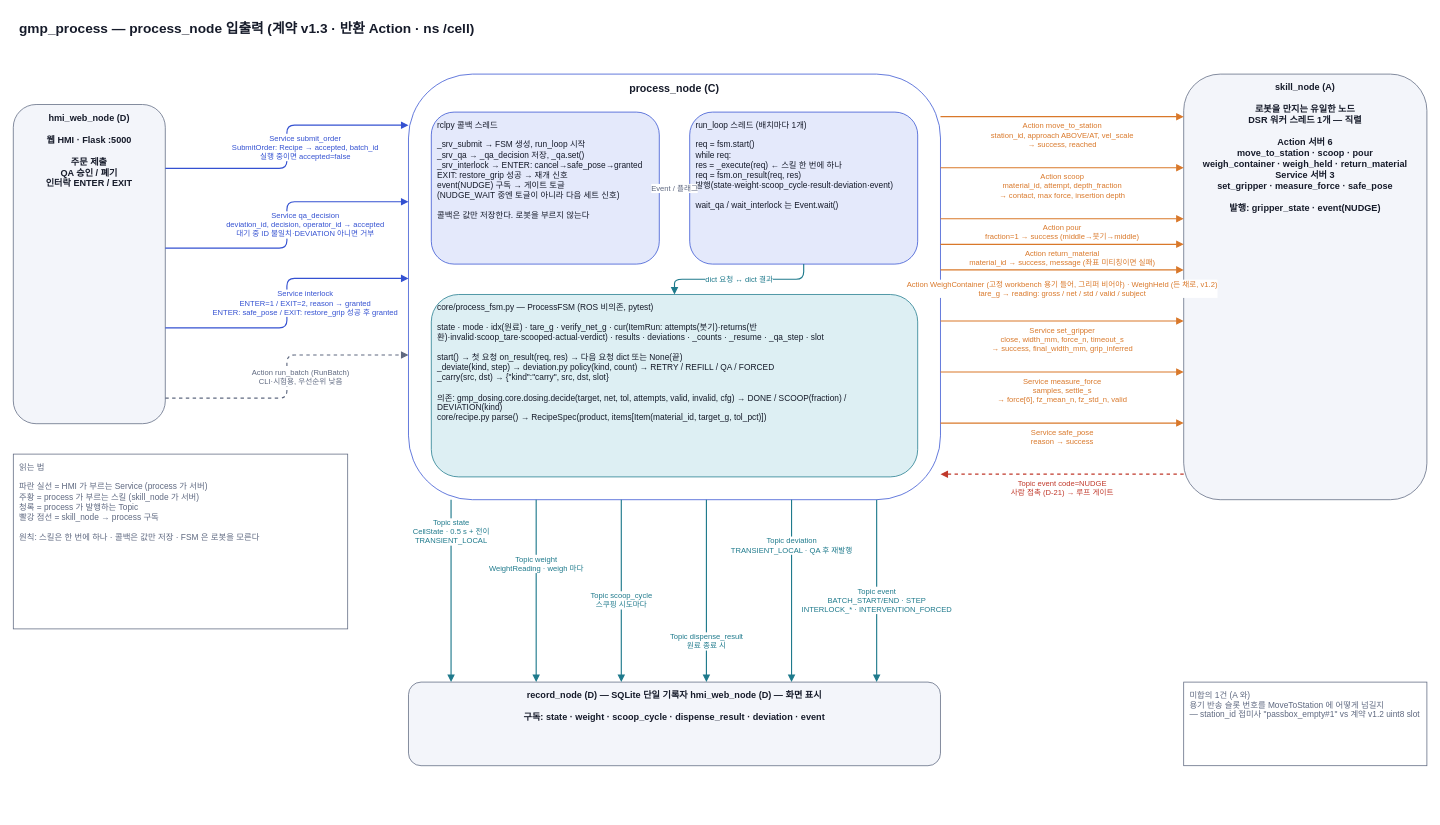
This is page "1 노드 입출력" (1 of 4) of docs/diagrams/process_flow.drawio from Jik-Kim/auto-pharmacist, a draw.io file, before an edit. Source tidied: cells renumbered, new cells numbered last; positions are measured from the earlier drawing's top-left corner, leaving out a move shared by most shapes. Both pictures are drawn from the tidied source at 76%, with x=0, y=0 at pixel (13, 13).
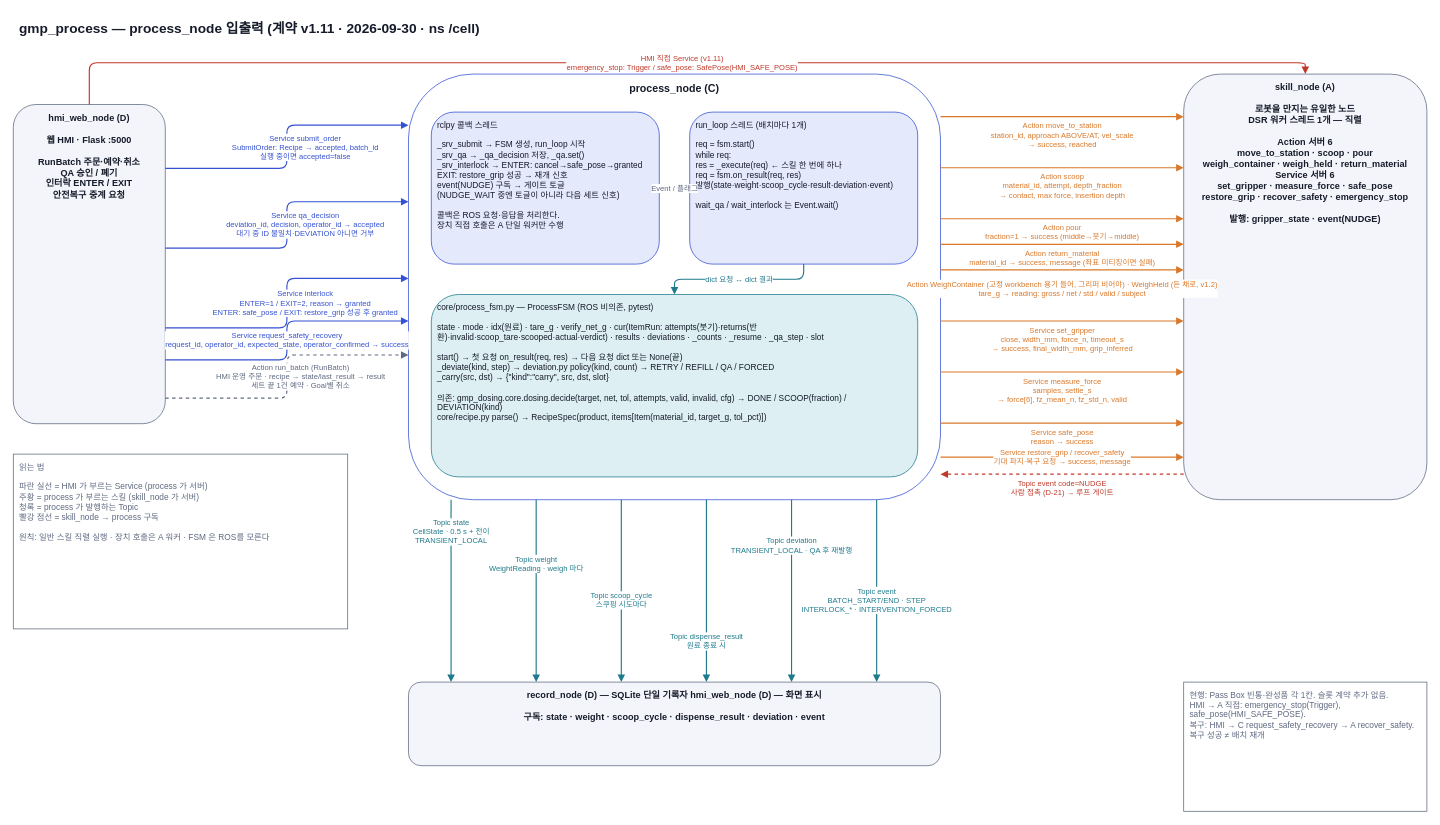
After the change.

Unchanged cells that the change refers to:
```xml
<mxCell id="4" value="process_node (C)" style="rounded=1;whiteSpace=wrap;html=1;fillColor=#FFFFFF;strokeColor=#3451D1;fontColor=#161B2A;fontSize=14;align=center;verticalAlign=top;spacingTop=4;spacingLeft=6;spacingRight=6;fontStyle=1;" parent="1" vertex="1">
  <mxGeometry x="520" y="80" width="700" height="560" as="geometry" />
</mxCell>
```

Change to the diagram source:
```diff
@@
-    <mxCell id="2" value="gmp_process — process_node 입출력 (계약 v1.3 · 반환 Action · ns /cell)" style="rounded=1;whiteSpace=wrap;html=1;fillColor=#FFFFFF;strokeColor=none;fontColor=#161B2A;fontSize=18;align=left;verticalAlign=top;spacingTop=4;spacingLeft=6;spacingRight=6;fontStyle=1;" parent="1" vertex="1">
+    <mxCell id="2" value="gmp_process — process_node 입출력 (계약 v1.11 · 2026-09-30 · ns /cell)" style="rounded=1;whiteSpace=wrap;html=1;fillColor=#FFFFFF;strokeColor=none;fontColor=#161B2A;fontSize=18;align=left;verticalAlign=top;spacingTop=4;spacingLeft=6;spacingRight=6;fontStyle=1;" parent="1" vertex="1">
       <mxGeometry width="1860" height="40" as="geometry" />
     </mxCell>
-    <mxCell id="3" value="hmi_web_node (D)&lt;br&gt;&lt;br&gt;웹 HMI · Flask :5000&lt;br&gt;&lt;br&gt;주문 제출&lt;br&gt;QA 승인 / 폐기&lt;br&gt;인터락 ENTER / EXIT" style="rounded=1;whiteSpace=wrap;html=1;fillColor=#F3F5FA;strokeColor=#5F6980;fontColor=#161B2A;fontSize=12;align=center;verticalAlign=top;spacingTop=4;spacingLeft=6;spacingRight=6;fontStyle=1;" parent="1" vertex="1">
+    <mxCell id="3" value="hmi_web_node (D)&lt;br&gt;&lt;br&gt;웹 HMI · Flask :5000&lt;br&gt;&lt;br&gt;RunBatch 주문·예약·취소&lt;br&gt;QA 승인 / 폐기&lt;br&gt;인터락 ENTER / EXIT&lt;br&gt;안전복구 중계 요청" style="rounded=1;whiteSpace=wrap;html=1;fillColor=#F3F5FA;strokeColor=#5F6980;fontColor=#161B2A;fontSize=12;align=center;verticalAlign=top;spacingTop=4;spacingLeft=6;spacingRight=6;fontStyle=1;" parent="1" vertex="1">
       <mxGeometry y="120" width="200" height="420" as="geometry" />
     </mxCell>
@@
-    <mxCell id="5" value="rclpy 콜백 스레드&lt;br&gt;&lt;br&gt;_srv_submit → FSM 생성, run_loop 시작&lt;br&gt;_srv_qa → _qa_decision 저장, _qa.set()&lt;br&gt;_srv_interlock → ENTER: cancel→safe_pose→granted&lt;br&gt;                        EXIT: restore_grip 성공 → 재개 신호&lt;br&gt;event(NUDGE) 구독 → 게이트 토글&lt;br&gt;   (NUDGE_WAIT 중엔 토글이 아니라 다음 세트 신호)&lt;br&gt;&lt;br&gt;콜백은 값만 저장한다. 로봇을 부르지 않는다" style="rounded=1;whiteSpace=wrap;html=1;fillColor=#E4E9FB;strokeColor=#3451D1;fontColor=#161B2A;fontSize=11;align=left;verticalAlign=top;spacingTop=4;spacingLeft=6;spacingRight=6;" parent="1" vertex="1">
+    <mxCell id="5" value="rclpy 콜백 스레드&lt;br&gt;&lt;br&gt;_srv_submit → FSM 생성, run_loop 시작&lt;br&gt;_srv_qa → _qa_decision 저장, _qa.set()&lt;br&gt;_srv_interlock → ENTER: cancel→safe_pose→granted&lt;br&gt;                        EXIT: restore_grip 성공 → 재개 신호&lt;br&gt;event(NUDGE) 구독 → 게이트 토글&lt;br&gt;   (NUDGE_WAIT 중엔 토글이 아니라 다음 세트 신호)&lt;br&gt;&lt;br&gt;콜백은 ROS 요청·응답을 처리한다.&lt;br&gt;장치 직접 호출은 A 단일 워커만 수행" style="rounded=1;whiteSpace=wrap;html=1;fillColor=#E4E9FB;strokeColor=#3451D1;fontColor=#161B2A;fontSize=11;align=left;verticalAlign=top;spacingTop=4;spacingLeft=6;spacingRight=6;" parent="1" vertex="1">
       <mxGeometry x="550" y="130" width="300" height="200" as="geometry" />
     </mxCell>
@@
-    <mxCell id="10" value="skill_node (A)&lt;br&gt;&lt;br&gt;로봇을 만지는 유일한 노드&lt;br&gt;DSR 워커 스레드 1개 — 직렬&lt;br&gt;&lt;br&gt;Action 서버 6&lt;br&gt;  move_to_station · scoop · pour&lt;br&gt;  weigh_container · weigh_held · return_material&lt;br&gt;Service 서버 3&lt;br&gt;  set_gripper · measure_force · safe_pose&lt;br&gt;&lt;br&gt;발행: gripper_state · event(NUDGE)" style="rounded=1;whiteSpace=wrap;html=1;fillColor=#F3F5FA;strokeColor=#5F6980;fontColor=#161B2A;fontSize=12;align=center;verticalAlign=top;spacingTop=4;spacingLeft=6;spacingRight=6;fontStyle=1;" parent="1" vertex="1">
+    <mxCell id="10" value="skill_node (A)&lt;br&gt;&lt;br&gt;로봇을 만지는 유일한 노드&lt;br&gt;DSR 워커 스레드 1개 — 직렬&lt;br&gt;&lt;br&gt;Action 서버 6&lt;br&gt;  move_to_station · scoop · pour&lt;br&gt;  weigh_container · weigh_held · return_material&lt;br&gt;Service 서버 6&lt;br&gt; set_gripper · measure_force · safe_pose&lt;br&gt; restore_grip · recover_safety · emergency_stop&lt;br&gt;&lt;br&gt;발행: gripper_state · event(NUDGE)" style="rounded=1;whiteSpace=wrap;html=1;fillColor=#F3F5FA;strokeColor=#5F6980;fontColor=#161B2A;fontSize=12;align=center;verticalAlign=top;spacingTop=4;spacingLeft=6;spacingRight=6;fontStyle=1;" parent="1" vertex="1">
       <mxGeometry x="1540" y="80" width="320" height="560" as="geometry" />
     </mxCell>
@@
-    <mxCell id="15" value="Action run_batch (RunBatch)&lt;br&gt;CLI·시험용, 우선순위 낮음" style="edgeStyle=orthogonalEdgeStyle;rounded=1;html=1;endArrow=block;endFill=1;strokeColor=#5F6980;strokeWidth=1.5;fontColor=#5F6980;fontSize=10;labelBackgroundColor=#FFFFFF;dashed=1;exitX=1;exitY=0.92;exitDx=0;exitDy=0;entryX=0;entryY=0.66;entryDx=0;entryDy=0;" parent="1" edge="1" source="3" target="4">
+    <mxCell id="15" value="Action run_batch (RunBatch)&lt;br&gt;HMI 운영 주문 · recipe → state/last_result → result&lt;br&gt;세트 끝 1건 예약 · Goal별 취소" style="edgeStyle=orthogonalEdgeStyle;rounded=1;html=1;endArrow=block;endFill=1;strokeColor=#5F6980;strokeWidth=1.5;fontColor=#5F6980;fontSize=10;labelBackgroundColor=#FFFFFF;dashed=1;exitX=1;exitY=0.92;exitDx=0;exitDy=0;entryX=0;entryY=0.66;entryDx=0;entryDy=0;" parent="1" edge="1" source="3" target="4">
       <mxGeometry y="-18" relative="1" as="geometry" />
     </mxCell>
@@
-    <mxCell id="31" value="읽는 법&lt;br&gt;&lt;br&gt;파란 실선 = HMI 가 부르는 Service (process 가 서버)&lt;br&gt;주황 = process 가 부르는 스킬 (skill_node 가 서버)&lt;br&gt;청록 = process 가 발행하는 Topic&lt;br&gt;빨강 점선 = skill_node → process 구독&lt;br&gt;&lt;br&gt;원칙: 스킬은 한 번에 하나 · 콜백은 값만 저장 · FSM 은 로봇을 모른다" style="rounded=0;whiteSpace=wrap;html=1;fillColor=#FFFFFF;strokeColor=#5F6980;fontColor=#5F6980;fontSize=11;align=left;verticalAlign=top;spacingTop=4;spacingLeft=6;spacingRight=6;" parent="1" vertex="1">
+    <mxCell id="31" value="읽는 법&lt;br&gt;&lt;br&gt;파란 실선 = HMI 가 부르는 Service (process 가 서버)&lt;br&gt;주황 = process 가 부르는 스킬 (skill_node 가 서버)&lt;br&gt;청록 = process 가 발행하는 Topic&lt;br&gt;빨강 점선 = skill_node → process 구독&lt;br&gt;&lt;br&gt;원칙: 일반 스킬 직렬 실행 · 장치 호출은 A 워커 · FSM 은 ROS를 모른다" style="rounded=0;whiteSpace=wrap;html=1;fillColor=#FFFFFF;strokeColor=#5F6980;fontColor=#5F6980;fontSize=11;align=left;verticalAlign=top;spacingTop=4;spacingLeft=6;spacingRight=6;" parent="1" vertex="1">
       <mxGeometry y="580" width="440" height="230" as="geometry" />
     </mxCell>
-    <mxCell id="32" value="미합의 1건 (A 와)&lt;br&gt;용기 반송 슬롯 번호를 MoveToStation 에 어떻게 넘길지&lt;br&gt;— station_id 접미사 &quot;passbox_empty#1&quot;  vs  계약 v1.2 uint8 slot" style="rounded=0;whiteSpace=wrap;html=1;fillColor=#FFFFFF;strokeColor=#5F6980;fontColor=#5F6980;fontSize=11;align=left;verticalAlign=top;spacingTop=4;spacingLeft=6;spacingRight=6;" parent="1" vertex="1">
-      <mxGeometry x="1540" y="880" width="320" height="110" as="geometry" />
+    <mxCell id="32" value="현행: Pass Box 빈통·완성품 각 1칸. 슬롯 계약 추가 없음.&lt;br&gt;HMI → A 직접: emergency_stop(Trigger), safe_pose(HMI_SAFE_POSE).&lt;br&gt;복구: HMI → C request_safety_recovery → A recover_safety.&lt;br&gt;복구 성공 ≠ 배치 재개" style="rounded=0;whiteSpace=wrap;html=1;fillColor=#FFFFFF;strokeColor=#5F6980;fontColor=#5F6980;fontSize=11;align=left;verticalAlign=top;spacingTop=4;spacingLeft=6;spacingRight=6;" parent="1" vertex="1">
+      <mxGeometry x="1540" y="880" width="320" height="170" as="geometry" />
     </mxCell>
+    <mxCell id="33" value="Service request_safety_recovery&lt;br&gt;request_id, operator_id, expected_state, operator_confirmed → success" style="edgeStyle=orthogonalEdgeStyle;rounded=1;html=1;endArrow=block;endFill=1;strokeColor=#3451D1;strokeWidth=1.5;fontColor=#3451D1;fontSize=10;labelBackgroundColor=#FFFFFF;exitX=1;exitY=0.8;exitDx=0;exitDy=0;entryX=0;entryY=0.58;entryDx=0;entryDy=0;" parent="1" edge="1" source="3" target="4">
+      <mxGeometry relative="1" as="geometry" />
+    </mxCell>
+    <mxCell id="34" value="Service restore_grip / recover_safety&lt;br&gt;기대 파지·복구 요청 → success, message" style="edgeStyle=orthogonalEdgeStyle;rounded=1;html=1;endArrow=block;endFill=1;strokeColor=#D9782A;strokeWidth=1.5;fontColor=#D9782A;fontSize=10;labelBackgroundColor=#FFFFFF;exitX=1;exitY=0.9;exitDx=0;exitDy=0;entryX=0;entryY=0.9;entryDx=0;entryDy=0;" parent="1" edge="1" source="4" target="10">
+      <mxGeometry relative="1" as="geometry" />
+    </mxCell>
+    <mxCell id="35" value="HMI 직접 Service (v1.11)&lt;br&gt;emergency_stop: Trigger / safe_pose: SafePose(HMI_SAFE_POSE)" style="edgeStyle=orthogonalEdgeStyle;rounded=1;html=1;endArrow=block;endFill=1;strokeColor=#C0392B;strokeWidth=1.5;fontColor=#C0392B;fontSize=10;labelBackgroundColor=#FFFFFF;exitX=0.5;exitY=0;exitDx=0;exitDy=0;entryX=0.5;entryY=0;entryDx=0;entryDy=0;" parent="1" edge="1" source="3" target="10">
+      <mxGeometry relative="1" as="geometry">
+        <Array as="points">
+          <mxPoint x="100" y="65" />
+          <mxPoint x="1700" y="65" />
+        </Array>
+      </mxGeometry>
+    </mxCell>
```
